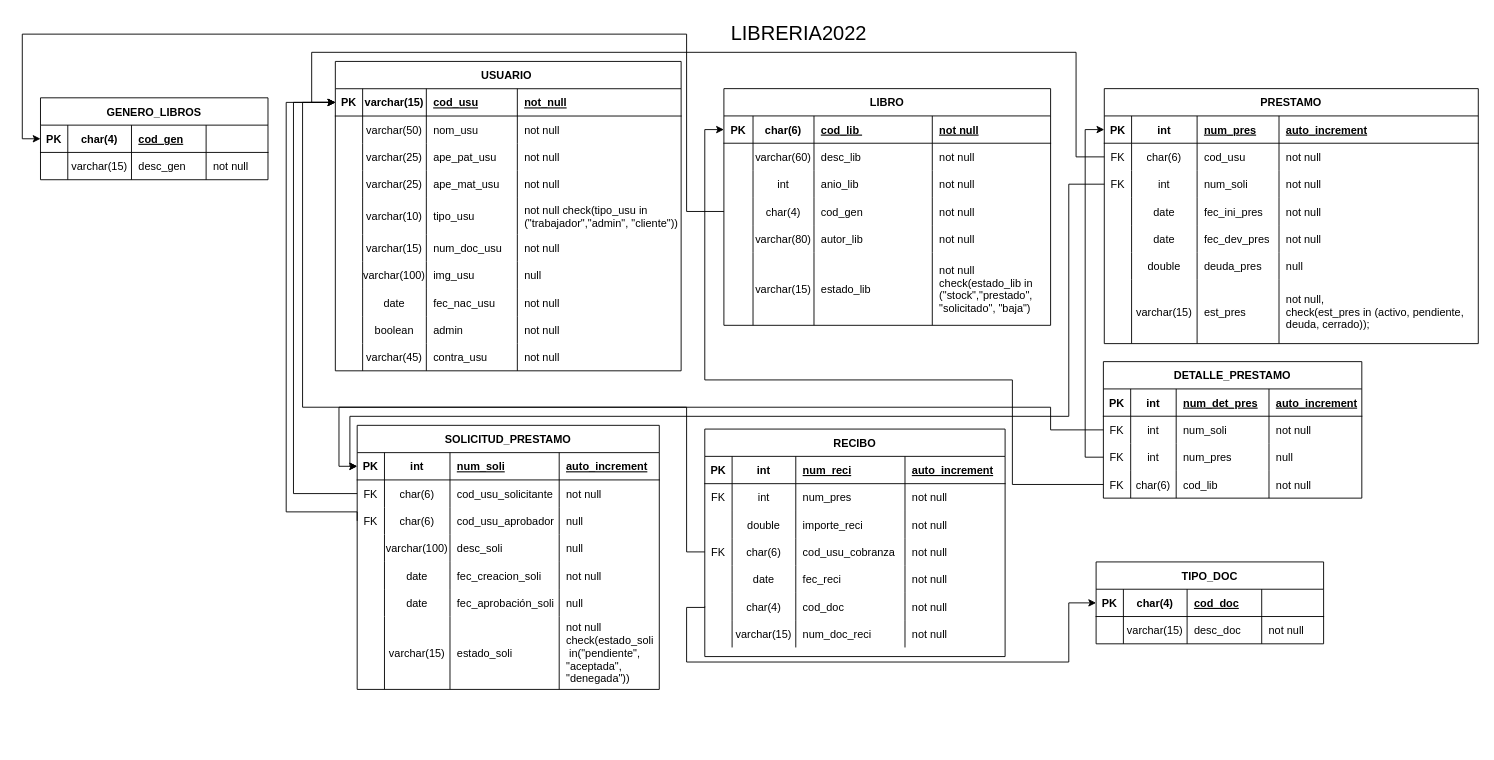
Above: page "BDatos" (3 of 3) of LPII.drawio in BenZumaran/LPII (draw.io), before the change. Source tidied: cells renumbered, new cells numbered last; positions are measured from the earlier drawing's top-left corner, leaving out a move shared by most shapes. Both pictures are drawn from the tidied source at 91%, with x=0, y=0 at pixel (22, 15).
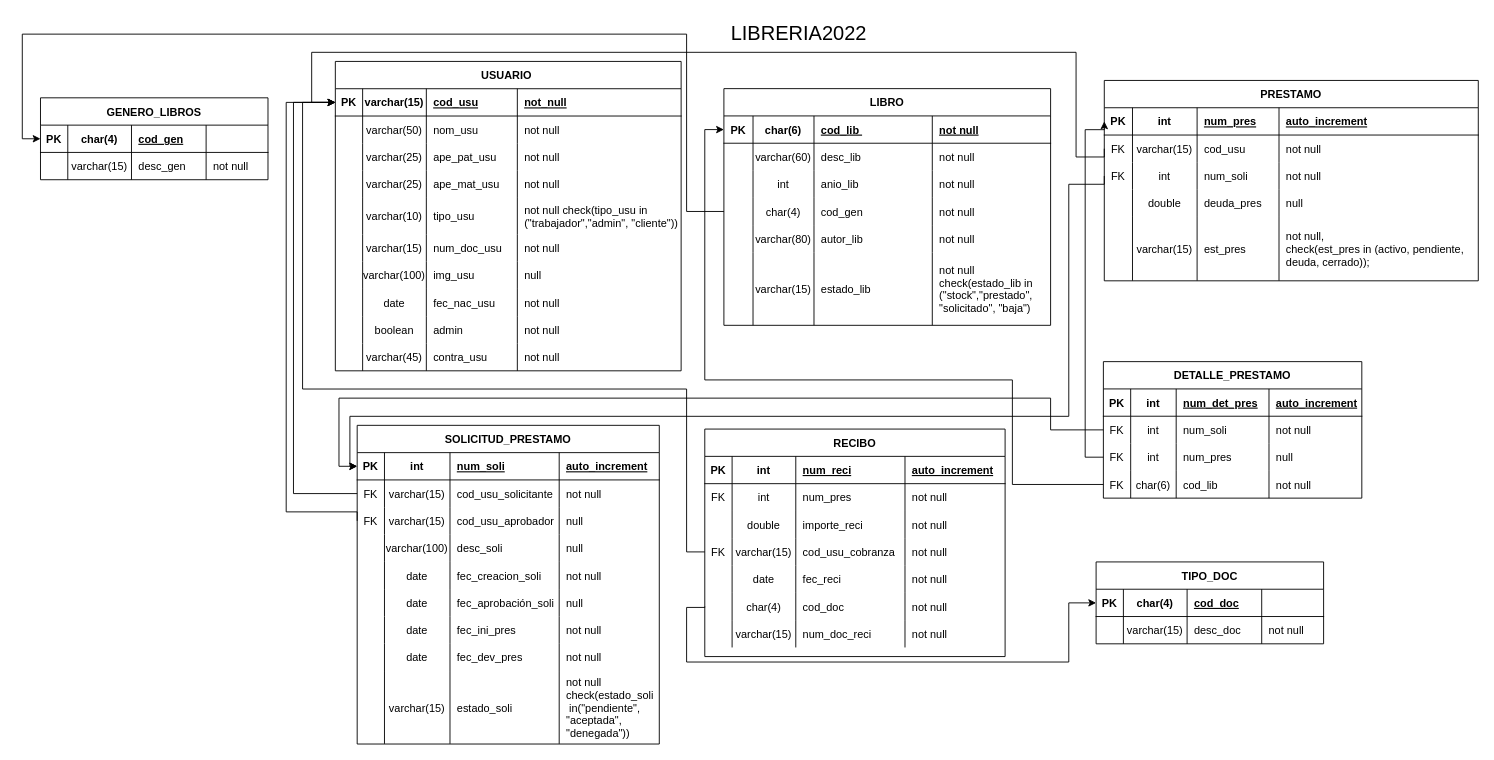
After the change.

Commit message (it also covers changes not shown here):
changes in java project, added rows to tables in DBQuery and changed DB schema

Unchanged cells that the change refers to:
```xml
<mxCell id="3" style="shape=tableRow;horizontal=0;startSize=0;swimlaneHead=0;swimlaneBody=0;fillColor=none;points=[[0,0.5],[1,0.5]];portConstraint=eastwest;top=0;left=0;right=0;bottom=1;" parent="2" vertex="1">
  <mxGeometry y="30" width="380" height="30" as="geometry" />
</mxCell>
<mxCell id="85" style="shape=tableRow;horizontal=0;startSize=0;swimlaneHead=0;swimlaneBody=0;fillColor=none;points=[[0,0.5],[1,0.5]];portConstraint=eastwest;top=0;left=0;right=0;bottom=1;" parent="84" vertex="1">
  <mxGeometry y="30" width="411" height="30" as="geometry" />
</mxCell>
<mxCell id="90" style="shape=tableRow;horizontal=0;startSize=0;swimlaneHead=0;swimlaneBody=0;fillColor=none;points=[[0,0.5],[1,0.5]];portConstraint=eastwest;top=0;left=0;right=0;bottom=0;" parent="84" vertex="1">
  <mxGeometry y="60" width="411" height="30" as="geometry" />
</mxCell>
<mxCell id="95" style="shape=tableRow;horizontal=0;startSize=0;swimlaneHead=0;swimlaneBody=0;fillColor=none;points=[[0,0.5],[1,0.5]];portConstraint=eastwest;top=0;left=0;right=0;bottom=0;" parent="84" vertex="1">
  <mxGeometry y="90" width="411" height="30" as="geometry" />
</mxCell>
<mxCell id="121" style="shape=tableRow;horizontal=0;startSize=0;swimlaneHead=0;swimlaneBody=0;fillColor=none;points=[[0,0.5],[1,0.5]];portConstraint=eastwest;top=0;left=0;right=0;bottom=1;" parent="120" vertex="1">
  <mxGeometry y="30" width="332" height="30" as="geometry" />
</mxCell>
<mxCell id="126" style="shape=tableRow;horizontal=0;startSize=0;swimlaneHead=0;swimlaneBody=0;fillColor=none;points=[[0,0.5],[1,0.5]];portConstraint=eastwest;top=0;left=0;right=0;bottom=0;" parent="120" vertex="1">
  <mxGeometry y="60" width="332" height="30" as="geometry" />
</mxCell>
<mxCell id="131" style="shape=tableRow;horizontal=0;startSize=0;swimlaneHead=0;swimlaneBody=0;fillColor=none;points=[[0,0.5],[1,0.5]];portConstraint=eastwest;top=0;left=0;right=0;bottom=0;" parent="120" vertex="1">
  <mxGeometry y="90" width="332" height="30" as="geometry" />
</mxCell>
<mxCell id="175" style="shape=tableRow;horizontal=0;startSize=0;swimlaneHead=0;swimlaneBody=0;fillColor=none;points=[[0,0.5],[1,0.5]];portConstraint=eastwest;top=0;left=0;right=0;bottom=0;" parent="159" vertex="1">
  <mxGeometry y="120" width="330" height="30" as="geometry" />
</mxCell>
<mxCell id="202" style="shape=tableRow;horizontal=0;startSize=0;swimlaneHead=0;swimlaneBody=0;fillColor=none;points=[[0,0.5],[1,0.5]];portConstraint=eastwest;top=0;left=0;right=0;bottom=0;" parent="196" vertex="1">
  <mxGeometry y="60" width="284" height="30" as="geometry" />
</mxCell>
```

Diff of the diagram source:
```diff
@@
     <mxCell id="84" value="PRESTAMO" style="shape=table;startSize=30;childLayout=tableLayout;rowLines=0;fontStyle=1;align=center;" parent="1" vertex="1">
-      <mxGeometry x="1189" y="79.9" width="411" height="280.2" as="geometry" />
+      <mxGeometry x="1189" y="70.9" width="411" height="220.2" as="geometry" />
     </mxCell>
@@
     <mxCell id="86" value="PK" style="shape=partialRectangle;fillColor=none;top=0;left=0;bottom=0;right=0;fontStyle=1;overflow=hidden;" parent="85" vertex="1">
-      <mxGeometry width="30" height="30" as="geometry" />
+      <mxGeometry width="31" height="30" as="geometry" />
     </mxCell>
     <mxCell id="87" value="int" style="shape=partialRectangle;fillColor=none;top=0;left=0;bottom=0;right=0;fontStyle=1;overflow=hidden;" parent="85" vertex="1">
-      <mxGeometry x="30" width="72" height="30" as="geometry" />
+      <mxGeometry x="31" width="71" height="30" as="geometry" />
     </mxCell>
@@
     <mxCell id="91" value="FK" style="shape=partialRectangle;fillColor=none;top=0;left=0;bottom=0;right=0;overflow=hidden;" parent="90" vertex="1">
-      <mxGeometry width="30" height="30" as="geometry" />
+      <mxGeometry width="31" height="30" as="geometry" />
     </mxCell>
-    <mxCell id="92" value="char(6)" style="shape=partialRectangle;fillColor=none;top=0;left=0;bottom=0;right=0;overflow=hidden;" parent="90" vertex="1">
-      <mxGeometry x="30" width="72" height="30" as="geometry" />
+    <mxCell id="92" value="varchar(15)" style="shape=partialRectangle;fillColor=none;top=0;left=0;bottom=0;right=0;overflow=hidden;" parent="90" vertex="1">
+      <mxGeometry x="31" width="71" height="30" as="geometry" />
     </mxCell>
@@
     <mxCell id="96" value="FK" style="shape=partialRectangle;fillColor=none;top=0;left=0;bottom=0;right=0;overflow=hidden;" parent="95" vertex="1">
-      <mxGeometry width="30" height="30" as="geometry" />
+      <mxGeometry width="31" height="30" as="geometry" />
     </mxCell>
     <mxCell id="97" value="int" style="shape=partialRectangle;fillColor=none;top=0;left=0;bottom=0;right=0;overflow=hidden;" parent="95" vertex="1">
-      <mxGeometry x="30" width="72" height="30" as="geometry" />
+      <mxGeometry x="31" width="71" height="30" as="geometry" />
     </mxCell>
@@
-    <mxCell id="100" style="shape=tableRow;horizontal=0;startSize=0;swimlaneHead=0;swimlaneBody=0;fillColor=none;top=0;left=0;right=0;bottom=0;" parent="84" vertex="1">
-      <mxGeometry y="120" width="411" height="30" as="geometry" />
-    </mxCell>
-    <mxCell id="101" style="shape=partialRectangle;fillColor=none;top=0;left=0;bottom=0;right=0;overflow=hidden;" parent="100" vertex="1">
-      <mxGeometry width="30" height="30" as="geometry" />
-    </mxCell>
-    <mxCell id="102" value="date" style="shape=partialRectangle;fillColor=none;top=0;left=0;bottom=0;right=0;overflow=hidden;" parent="100" vertex="1">
-      <mxGeometry x="30" width="72" height="30" as="geometry" />
-    </mxCell>
-    <mxCell id="103" value="fec_ini_pres" style="shape=partialRectangle;fillColor=none;top=0;left=0;bottom=0;right=0;align=left;spacingLeft=6;overflow=hidden;" parent="100" vertex="1">
-      <mxGeometry x="102" width="90" height="30" as="geometry" />
-    </mxCell>
-    <mxCell id="104" value="not null" style="shape=partialRectangle;fillColor=none;top=0;left=0;bottom=0;right=0;align=left;spacingLeft=6;overflow=hidden;" parent="100" vertex="1">
-      <mxGeometry x="192" width="219" height="30" as="geometry" />
-    </mxCell>
-    <mxCell id="105" style="shape=tableRow;horizontal=0;startSize=0;swimlaneHead=0;swimlaneBody=0;fillColor=none;top=0;left=0;right=0;bottom=0;" parent="84" vertex="1">
-      <mxGeometry y="150" width="411" height="30" as="geometry" />
-    </mxCell>
-    <mxCell id="106" style="shape=partialRectangle;fillColor=none;top=0;left=0;bottom=0;right=0;overflow=hidden;" parent="105" vertex="1">
-      <mxGeometry width="30" height="30" as="geometry" />
-    </mxCell>
-    <mxCell id="107" value="date" style="shape=partialRectangle;fillColor=none;top=0;left=0;bottom=0;right=0;overflow=hidden;" parent="105" vertex="1">
-      <mxGeometry x="30" width="72" height="30" as="geometry" />
-    </mxCell>
-    <mxCell id="108" value="fec_dev_pres" style="shape=partialRectangle;fillColor=none;top=0;left=0;bottom=0;right=0;align=left;spacingLeft=6;overflow=hidden;" parent="105" vertex="1">
-      <mxGeometry x="102" width="90" height="30" as="geometry" />
-    </mxCell>
-    <mxCell id="109" value="not null" style="shape=partialRectangle;fillColor=none;top=0;left=0;bottom=0;right=0;align=left;spacingLeft=6;overflow=hidden;" parent="105" vertex="1">
-      <mxGeometry x="192" width="219" height="30" as="geometry" />
-    </mxCell>
     <mxCell id="110" style="shape=tableRow;horizontal=0;startSize=0;swimlaneHead=0;swimlaneBody=0;fillColor=none;top=0;left=0;right=0;bottom=0;" parent="84" vertex="1">
-      <mxGeometry y="180" width="411" height="30" as="geometry" />
+      <mxGeometry y="120" width="411" height="30" as="geometry" />
     </mxCell>
     <mxCell id="111" style="shape=partialRectangle;fillColor=none;top=0;left=0;bottom=0;right=0;overflow=hidden;" parent="110" vertex="1">
-      <mxGeometry width="30" height="30" as="geometry" />
+      <mxGeometry width="31" height="30" as="geometry" />
     </mxCell>
     <mxCell id="112" value="double" style="shape=partialRectangle;fillColor=none;top=0;left=0;bottom=0;right=0;overflow=hidden;" parent="110" vertex="1">
-      <mxGeometry x="30" width="72" height="30" as="geometry" />
+      <mxGeometry x="31" width="71" height="30" as="geometry" />
     </mxCell>
@@
     <mxCell id="115" style="shape=tableRow;horizontal=0;startSize=0;swimlaneHead=0;swimlaneBody=0;fillColor=none;top=0;left=0;right=0;bottom=0;" parent="84" vertex="1">
-      <mxGeometry y="210" width="411" height="70" as="geometry" />
+      <mxGeometry y="150" width="411" height="70" as="geometry" />
     </mxCell>
     <mxCell id="116" style="shape=partialRectangle;fillColor=none;top=0;left=0;bottom=0;right=0;overflow=hidden;" parent="115" vertex="1">
-      <mxGeometry width="30" height="70" as="geometry" />
+      <mxGeometry width="31" height="70" as="geometry" />
     </mxCell>
     <mxCell id="117" value="varchar(15)" style="shape=partialRectangle;fillColor=none;top=0;left=0;bottom=0;right=0;overflow=hidden;" parent="115" vertex="1">
-      <mxGeometry x="30" width="72" height="70" as="geometry" />
+      <mxGeometry x="31" width="71" height="70" as="geometry" />
     </mxCell>
@@
     <mxCell id="120" value="SOLICITUD_PRESTAMO" style="shape=table;startSize=30;childLayout=tableLayout;rowLines=0;fontStyle=1;align=center;" parent="1" vertex="1">
-      <mxGeometry x="368" y="449.9" width="332" height="290.2" as="geometry" />
+      <mxGeometry x="368" y="449.9" width="332" height="350.2" as="geometry" />
     </mxCell>
@@
-    <mxCell id="128" value="char(6)" style="shape=partialRectangle;fillColor=none;top=0;left=0;bottom=0;right=0;overflow=hidden;" parent="126" vertex="1">
+    <mxCell id="128" value="varchar(15)" style="shape=partialRectangle;fillColor=none;top=0;left=0;bottom=0;right=0;overflow=hidden;" parent="126" vertex="1">
       <mxGeometry x="30" width="72" height="30" as="geometry" />
     </mxCell>
@@
-    <mxCell id="133" value="char(6)" style="shape=partialRectangle;fillColor=none;top=0;left=0;bottom=0;right=0;overflow=hidden;" parent="131" vertex="1">
+    <mxCell id="133" value="varchar(15)" style="shape=partialRectangle;fillColor=none;top=0;left=0;bottom=0;right=0;overflow=hidden;" parent="131" vertex="1">
       <mxGeometry x="30" width="72" height="30" as="geometry" />
     </mxCell>
@@
+    <mxCell id="250" style="shape=tableRow;horizontal=0;startSize=0;swimlaneHead=0;swimlaneBody=0;fillColor=none;top=0;left=0;right=0;bottom=0;" parent="120" vertex="1">
+      <mxGeometry y="210" width="332" height="30" as="geometry" />
+    </mxCell>
+    <mxCell id="251" style="shape=partialRectangle;fillColor=none;top=0;left=0;bottom=0;right=0;overflow=hidden;" parent="250" vertex="1">
+      <mxGeometry width="30" height="30" as="geometry" />
+    </mxCell>
+    <mxCell id="252" value="date" style="shape=partialRectangle;fillColor=none;top=0;left=0;bottom=0;right=0;overflow=hidden;" parent="250" vertex="1">
+      <mxGeometry x="30" width="72" height="30" as="geometry" />
+    </mxCell>
+    <mxCell id="103" value="fec_ini_pres" style="shape=partialRectangle;fillColor=none;top=0;left=0;bottom=0;right=0;align=left;spacingLeft=6;overflow=hidden;" parent="250" vertex="1">
+      <mxGeometry x="102" width="120" height="30" as="geometry" />
+    </mxCell>
+    <mxCell id="253" value="not null" style="shape=partialRectangle;fillColor=none;top=0;left=0;bottom=0;right=0;align=left;spacingLeft=6;overflow=hidden;" parent="250" vertex="1">
+      <mxGeometry x="222" width="110" height="30" as="geometry" />
+    </mxCell>
+    <mxCell id="254" style="shape=tableRow;horizontal=0;startSize=0;swimlaneHead=0;swimlaneBody=0;fillColor=none;top=0;left=0;right=0;bottom=0;" parent="120" vertex="1">
+      <mxGeometry y="240" width="332" height="30" as="geometry" />
+    </mxCell>
+    <mxCell id="255" style="shape=partialRectangle;fillColor=none;top=0;left=0;bottom=0;right=0;overflow=hidden;" parent="254" vertex="1">
+      <mxGeometry width="30" height="30" as="geometry" />
+    </mxCell>
+    <mxCell id="256" value="date" style="shape=partialRectangle;fillColor=none;top=0;left=0;bottom=0;right=0;overflow=hidden;" parent="254" vertex="1">
+      <mxGeometry x="30" width="72" height="30" as="geometry" />
+    </mxCell>
+    <mxCell id="108" value="fec_dev_pres" style="shape=partialRectangle;fillColor=none;top=0;left=0;bottom=0;right=0;align=left;spacingLeft=6;overflow=hidden;" parent="254" vertex="1">
+      <mxGeometry x="102" width="120" height="30" as="geometry" />
+    </mxCell>
+    <mxCell id="257" value="not null" style="shape=partialRectangle;fillColor=none;top=0;left=0;bottom=0;right=0;align=left;spacingLeft=6;overflow=hidden;" parent="254" vertex="1">
+      <mxGeometry x="222" width="110" height="30" as="geometry" />
+    </mxCell>
     <mxCell id="151" style="shape=tableRow;horizontal=0;startSize=0;swimlaneHead=0;swimlaneBody=0;fillColor=none;top=0;left=0;right=0;bottom=0;" parent="120" vertex="1">
-      <mxGeometry y="210" width="332" height="80" as="geometry" />
+      <mxGeometry y="270" width="332" height="80" as="geometry" />
     </mxCell>
@@
-    <mxCell id="177" value="char(6)" style="shape=partialRectangle;fillColor=none;top=0;left=0;bottom=0;right=0;overflow=hidden;" parent="175" vertex="1">
+    <mxCell id="177" value="varchar(15)" style="shape=partialRectangle;fillColor=none;top=0;left=0;bottom=0;right=0;overflow=hidden;" parent="175" vertex="1">
       <mxGeometry x="30" width="70" height="30" as="geometry" />
     </mxCell>
@@
     <mxCell id="195" style="edgeStyle=orthogonalEdgeStyle;rounded=0;jettySize=auto;html=1;entryX=0;entryY=0.5;entryDx=0;entryDy=0;exitX=0;exitY=0.5;exitDx=0;exitDy=0;" parent="1" edge="1" source="175" target="3">
       <mxGeometry relative="1" as="geometry">
         <Array as="points">
           <mxPoint x="730" y="589" />
-          <mxPoint x="730" y="430" />
-          <mxPoint x="308" y="430" />
+          <mxPoint x="730" y="410" />
+          <mxPoint x="308" y="410" />
           <mxPoint x="308" y="95" />
         </Array>
       </mxGeometry>
     </mxCell>
@@
     <mxCell id="248" style="edgeStyle=orthogonalEdgeStyle;rounded=0;jettySize=auto;html=1;exitX=0;exitY=0.5;exitDx=0;exitDy=0;entryX=0;entryY=0.5;entryDx=0;entryDy=0;" parent="1" edge="1" source="202" target="121">
       <mxGeometry relative="1" as="geometry">
         <Array as="points">
           <mxPoint x="1130" y="455" />
-          <mxPoint x="1130" y="430" />
-          <mxPoint x="348" y="430" />
+          <mxPoint x="1130" y="420" />
+          <mxPoint x="348" y="420" />
           <mxPoint x="348" y="495" />
         </Array>
       </mxGeometry>
     </mxCell>
```
